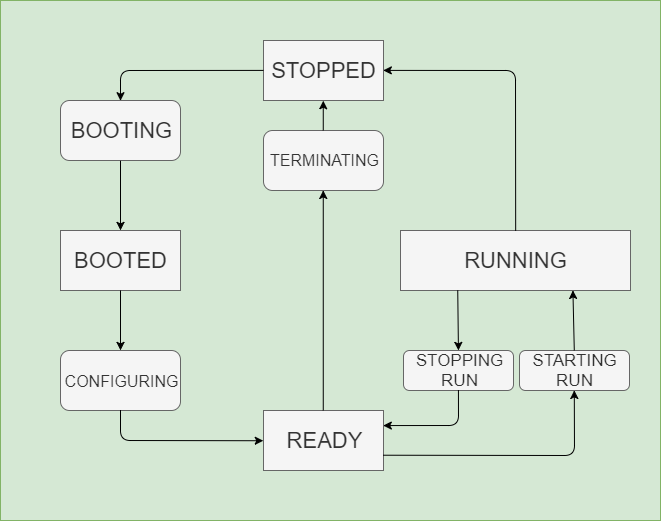
Earlier version of the draw.io export artdaq-runcontrol/resources/images/StateDiagram_all_off.png (ikatza/ArtDaq-RunControl-GUI). Source tidied: cells renumbered, new cells last; positions are measured from the earlier drawing's top-left corner, leaving out a move shared by most shapes.
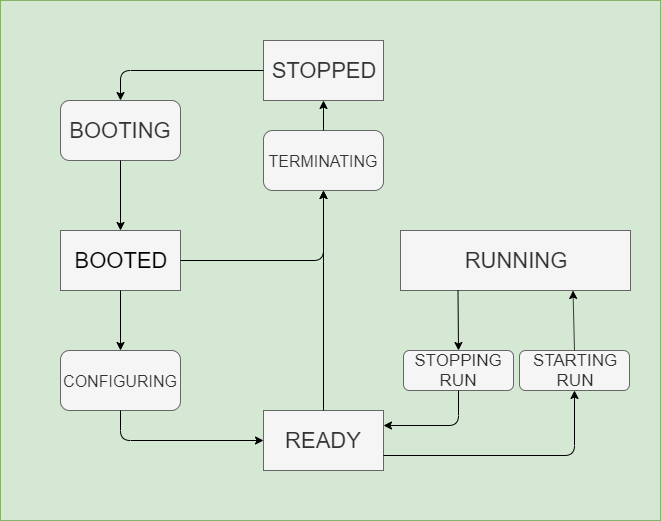
Later version of the same file.

What changed in the source:
```diff
@@ -8,7 +8,7 @@
     <mxCell id="3" value="&lt;span&gt;&lt;font style=&quot;font-size: 22px&quot;&gt;STOPPED&lt;/font&gt;&lt;/span&gt;" style="rounded=0;whiteSpace=wrap;html=1;fillColor=#f5f5f5;strokeColor=#666666;fontColor=#333333;" parent="1" vertex="1">
       <mxGeometry x="263" y="40" width="120" height="60" as="geometry" />
     </mxCell>
-    <mxCell id="4" value="&lt;span&gt;&lt;font style=&quot;font-size: 22px&quot;&gt;BOOTED&lt;/font&gt;&lt;/span&gt;" style="rounded=0;whiteSpace=wrap;html=1;fillColor=#f5f5f5;strokeColor=#666666;fontColor=#333333;" parent="1" vertex="1">
+    <mxCell id="4" value="&lt;span&gt;&lt;font style=&quot;font-size: 22px&quot;&gt;BOOTED&lt;/font&gt;&lt;/span&gt;" style="rounded=0;whiteSpace=wrap;html=1;fillColor=#f5f5f5;strokeColor=#666666;" parent="1" vertex="1">
       <mxGeometry x="60" y="230" width="120" height="60" as="geometry" />
     </mxCell>
     <mxCell id="5" value="&lt;span&gt;&lt;font style=&quot;font-size: 22px&quot;&gt;READY&lt;/font&gt;&lt;/span&gt;" style="rounded=0;whiteSpace=wrap;html=1;fillColor=#f5f5f5;strokeColor=#666666;fontColor=#333333;" parent="1" vertex="1">
@@ -46,44 +46,44 @@
     <mxCell id="13" value="&lt;font style=&quot;font-size: 17px&quot;&gt;STARTING&lt;br&gt;RUN&lt;br&gt;&lt;/font&gt;" style="rounded=1;whiteSpace=wrap;html=1;fillColor=#f5f5f5;strokeColor=#666666;fontColor=#333333;" parent="1" vertex="1">
       <mxGeometry x="519" y="350" width="110" height="40" as="geometry" />
     </mxCell>
-    <mxCell id="14" style="endArrow=classic;html=1;entryX=1;entryY=0.5;entryDx=0;entryDy=0;exitX=0.5;exitY=0;exitDx=0;exitDy=0;" parent="1" edge="1" source="7" target="3">
-      <mxGeometry relative="1" as="geometry">
-        <Array as="points">
-          <mxPoint x="515" y="70" />
-        </Array>
-      </mxGeometry>
+    <mxCell id="14" value="&lt;font style=&quot;font-size: 17px&quot;&gt;STOPPING&lt;br&gt;RUN&lt;br&gt;&lt;/font&gt;" style="rounded=1;whiteSpace=wrap;html=1;fillColor=#f5f5f5;strokeColor=#666666;fontColor=#333333;" parent="1" vertex="1">
+      <mxGeometry x="403" y="350" width="110" height="40" as="geometry" />
     </mxCell>
-    <mxCell id="15" value="&lt;font style=&quot;font-size: 17px&quot;&gt;STOPPING&lt;br&gt;RUN&lt;br&gt;&lt;/font&gt;" style="rounded=1;whiteSpace=wrap;html=1;fillColor=#f5f5f5;strokeColor=#666666;fontColor=#333333;" parent="1" vertex="1">
-      <mxGeometry x="403" y="350" width="110" height="40" as="geometry" />
+    <mxCell id="15" style="endArrow=classic;html=1;entryX=0.75;entryY=1;entryDx=0;entryDy=0;exitX=0.5;exitY=0;exitDx=0;exitDy=0;" parent="1" edge="1" source="13" target="7">
+      <mxGeometry relative="1" as="geometry" />
     </mxCell>
-    <mxCell id="16" style="endArrow=classic;html=1;entryX=0.75;entryY=1;entryDx=0;entryDy=0;exitX=0.5;exitY=0;exitDx=0;exitDy=0;" parent="1" edge="1" source="13" target="7">
+    <mxCell id="16" style="endArrow=classic;html=1;exitX=0.25;exitY=1;exitDx=0;exitDy=0;entryX=0.5;entryY=0;entryDx=0;entryDy=0;" parent="1" edge="1" source="7" target="14">
       <mxGeometry relative="1" as="geometry" />
     </mxCell>
-    <mxCell id="17" style="endArrow=classic;html=1;exitX=0.25;exitY=1;exitDx=0;exitDy=0;entryX=0.5;entryY=0;entryDx=0;entryDy=0;" parent="1" edge="1" source="7" target="15">
-      <mxGeometry relative="1" as="geometry" />
+    <mxCell id="17" style="endArrow=classic;html=1;entryX=0.5;entryY=1;entryDx=0;entryDy=0;exitX=1;exitY=0.75;exitDx=0;exitDy=0;" parent="1" edge="1" source="5" target="13">
+      <mxGeometry relative="1" as="geometry">
+        <Array as="points">
+          <mxPoint x="574" y="455" />
+        </Array>
+      </mxGeometry>
     </mxCell>
-    <mxCell id="18" style="endArrow=classic;html=1;entryX=0.5;entryY=1;entryDx=0;entryDy=0;exitX=1;exitY=0.75;exitDx=0;exitDy=0;" parent="1" edge="1" source="5" target="13">
+    <mxCell id="18" style="endArrow=classic;html=1;exitX=0.5;exitY=1;exitDx=0;exitDy=0;entryX=1;entryY=0.25;entryDx=0;entryDy=0;" parent="1" edge="1" source="14" target="5">
       <mxGeometry relative="1" as="geometry">
         <Array as="points">
-          <mxPoint x="574" y="455" />
+          <mxPoint x="458" y="425" />
         </Array>
       </mxGeometry>
     </mxCell>
-    <mxCell id="19" style="endArrow=classic;html=1;exitX=0.5;exitY=1;exitDx=0;exitDy=0;entryX=1;entryY=0.25;entryDx=0;entryDy=0;" parent="1" edge="1" source="15" target="5">
-      <mxGeometry relative="1" as="geometry">
-        <Array as="points">
-          <mxPoint x="458" y="425" />
-        </Array>
-      </mxGeometry>
+    <mxCell id="19" value="&lt;font style=&quot;font-size: 16px&quot;&gt;TERMINATING&lt;/font&gt;" style="rounded=1;whiteSpace=wrap;html=1;fillColor=#f5f5f5;strokeColor=#666666;fontColor=#333333;" parent="1" vertex="1">
+      <mxGeometry x="263" y="130" width="120" height="60" as="geometry" />
     </mxCell>
-    <mxCell id="20" value="&lt;font style=&quot;font-size: 16px&quot;&gt;TERMINATING&lt;/font&gt;" style="rounded=1;whiteSpace=wrap;html=1;fillColor=#f5f5f5;strokeColor=#666666;fontColor=#333333;" parent="1" vertex="1">
-      <mxGeometry x="263" y="130" width="120" height="60" as="geometry" />
+    <mxCell id="20" style="endArrow=classic;html=1;entryX=0.5;entryY=1;entryDx=0;entryDy=0;exitX=0.5;exitY=0;exitDx=0;exitDy=0;" parent="1" edge="1" source="19" target="3">
+      <mxGeometry relative="1" as="geometry" />
     </mxCell>
-    <mxCell id="21" style="endArrow=classic;html=1;entryX=0.5;entryY=1;entryDx=0;entryDy=0;exitX=0.5;exitY=0;exitDx=0;exitDy=0;" parent="1" edge="1" source="20" target="3">
+    <mxCell id="21" style="endArrow=classic;html=1;entryX=0.5;entryY=1;entryDx=0;entryDy=0;exitX=0.5;exitY=0;exitDx=0;exitDy=0;" parent="1" edge="1" source="5" target="19">
       <mxGeometry relative="1" as="geometry" />
     </mxCell>
-    <mxCell id="22" style="endArrow=classic;html=1;entryX=0.5;entryY=1;entryDx=0;entryDy=0;exitX=0.5;exitY=0;exitDx=0;exitDy=0;" parent="1" edge="1" source="5" target="20">
-      <mxGeometry relative="1" as="geometry" />
+    <mxCell id="22" style="endArrow=classic;html=1;exitX=1;exitY=0.5;exitDx=0;exitDy=0;entryX=0.5;entryY=1;entryDx=0;entryDy=0;" parent="1" edge="1" source="4" target="19">
+      <mxGeometry relative="1" as="geometry">
+        <Array as="points">
+          <mxPoint x="323" y="260" />
+        </Array>
+      </mxGeometry>
     </mxCell>
   </root>
 </mxGraphModel>
```
